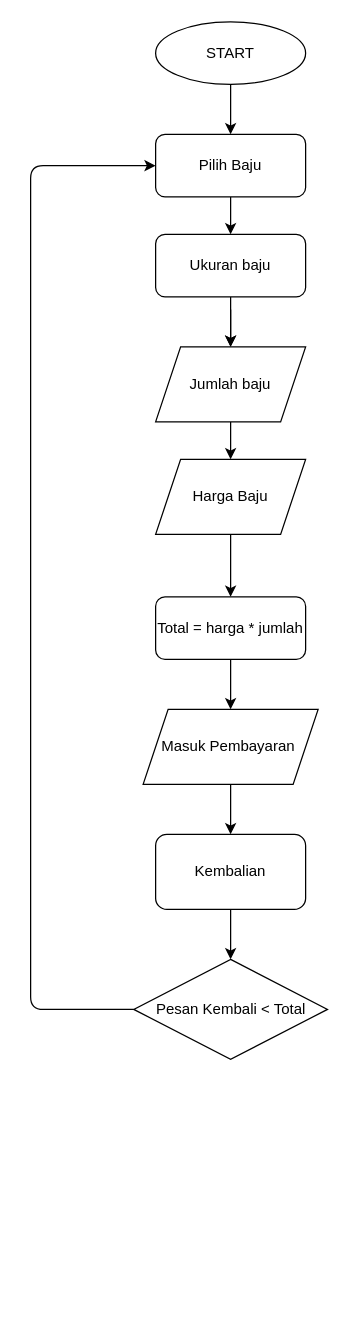
forentinasujayanti/forentina_sujayanti-kalkulator_kasir_baju keeps this draw.io diagram as flowchart.drawio. Above is the earlier version. Source tidied: cells renumbered, new cells numbered last; positions are measured from the earlier drawing's top-left corner, leaving out a move shared by most shapes. Both pictures are drawn from the tidied source at 125%, with x=0, y=0 at pixel (30, 21).
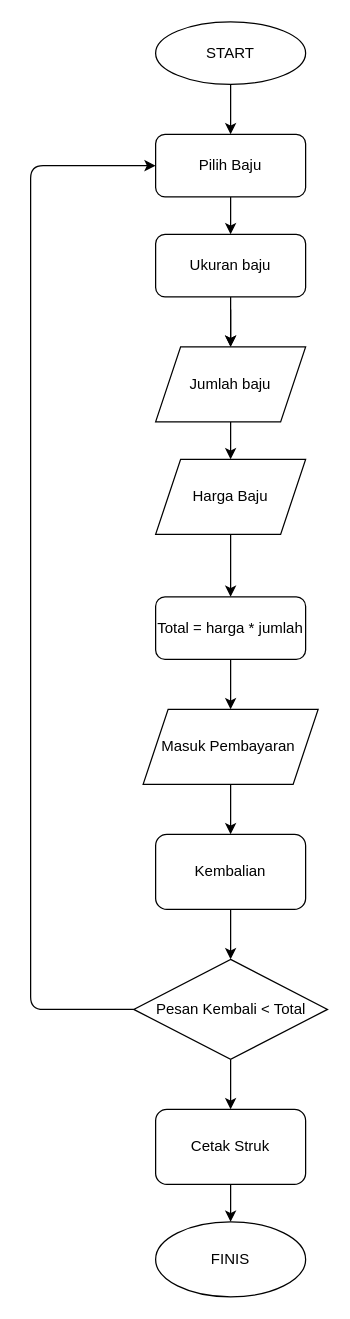
After the change.

Commit message:
Flowchart Selesai

The change refers to these unchanged cells:
```xml
<mxCell id="14" value="Pesan Kembali &amp;lt; Total" style="rhombus;whiteSpace=wrap;html=1;" parent="1" vertex="1">
  <mxGeometry x="82.5" y="750" width="155" height="80" as="geometry" />
</mxCell>
```

Diff of the diagram source:
```diff
@@
+    <mxCell id="21" style="edgeStyle=none;html=1;" parent="1" edge="1" source="14" target="23">
+      <mxGeometry relative="1" as="geometry" />
+    </mxCell>
@@
+    <mxCell id="22" style="edgeStyle=none;html=1;" parent="1" edge="1" source="23" target="24">
+      <mxGeometry relative="1" as="geometry" />
+    </mxCell>
+    <mxCell id="23" value="Cetak Struk" style="rounded=1;whiteSpace=wrap;html=1;" parent="1" vertex="1">
+      <mxGeometry x="100" y="870" width="120" height="60" as="geometry" />
+    </mxCell>
+    <mxCell id="24" value="FINIS" style="ellipse;whiteSpace=wrap;html=1;" parent="1" vertex="1">
+      <mxGeometry x="100" y="960" width="120" height="60" as="geometry" />
+    </mxCell>
```
